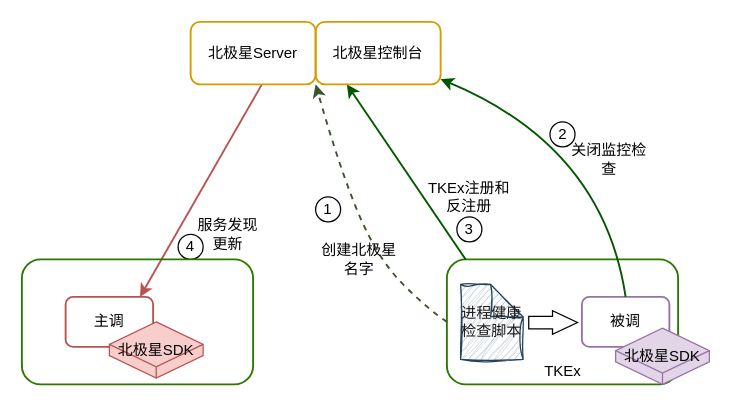
melonshell/draw.io keeps this draw.io diagram as base/会议北极星注册流程.drawio. Above is the earlier version. Source tidied: cells renumbered, new cells numbered last; positions are measured from the earlier drawing's top-left corner, leaving out a move shared by most shapes. Both pictures are drawn from the tidied source at 125%, with x=0, y=0 at pixel (21, 21).
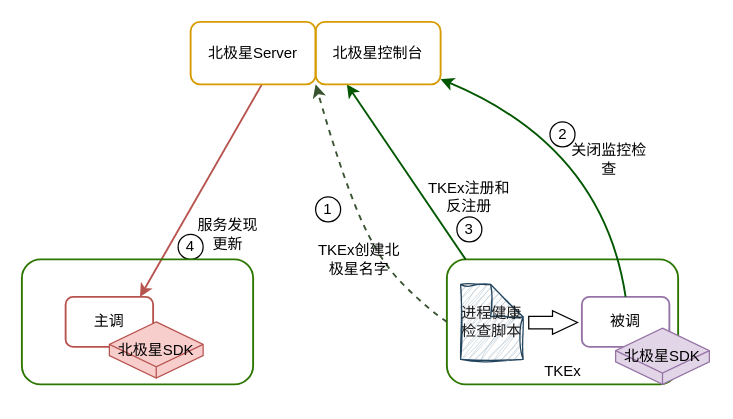
The same page after the edit.

Commit message (it also covers changes not shown here):
更新会议北极星注册流程.drawio

Change to the diagram source:
```diff
@@
-    <mxCell id="15" value="创建北极星名字" style="rounded=1;whiteSpace=wrap;html=1;fillColor=none;strokeWidth=1.5;strokeColor=none;" parent="1" vertex="1">
+    <mxCell id="15" value="TKEx创建北极星名字" style="rounded=1;whiteSpace=wrap;html=1;fillColor=none;strokeWidth=1.5;strokeColor=none;" parent="1" vertex="1">
       <mxGeometry x="235" y="170" width="70" height="40" as="geometry" />
     </mxCell>
```
